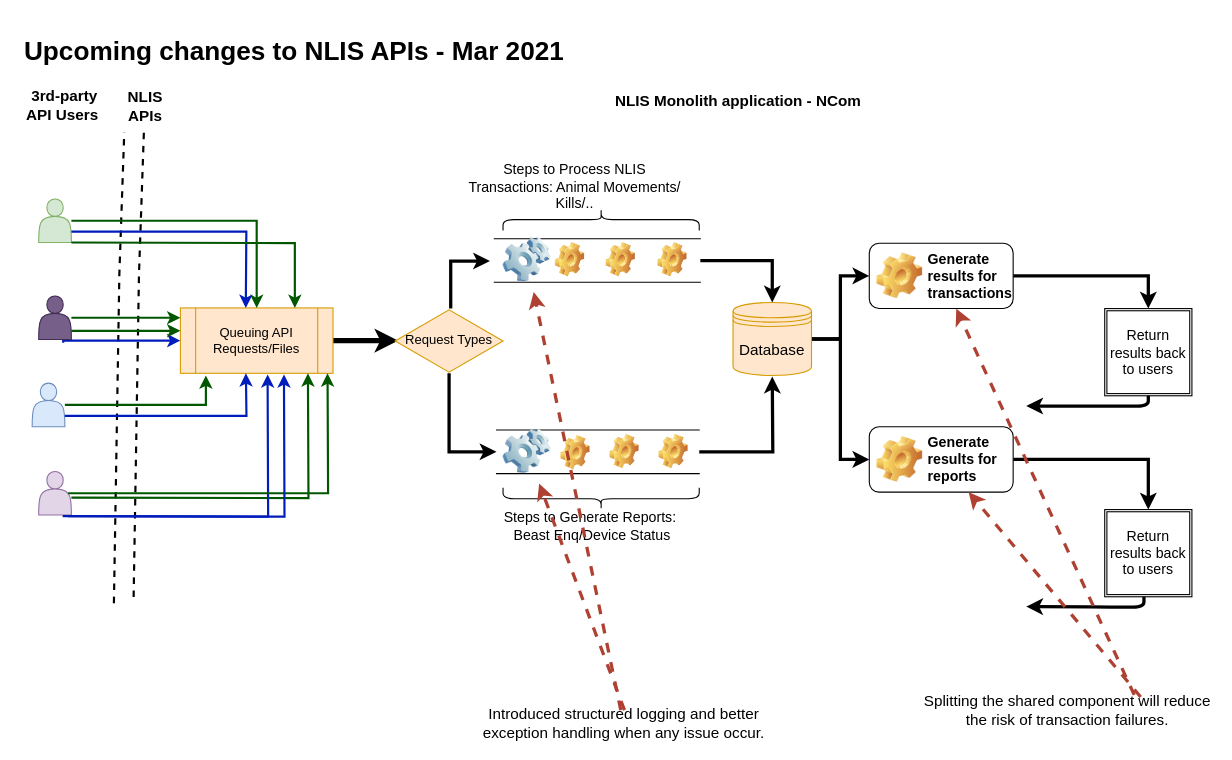
Above: page "ncom-old-version" (1 of 2) of ncom-ver2.drawio in mfahim/presentations (draw.io), before the change. Source tidied: cells renumbered, new cells numbered last; positions are measured from the earlier drawing's top-left corner, leaving out a move shared by most shapes. Both pictures are drawn from the tidied source at 109%, with x=0, y=0 at pixel (19, 29).
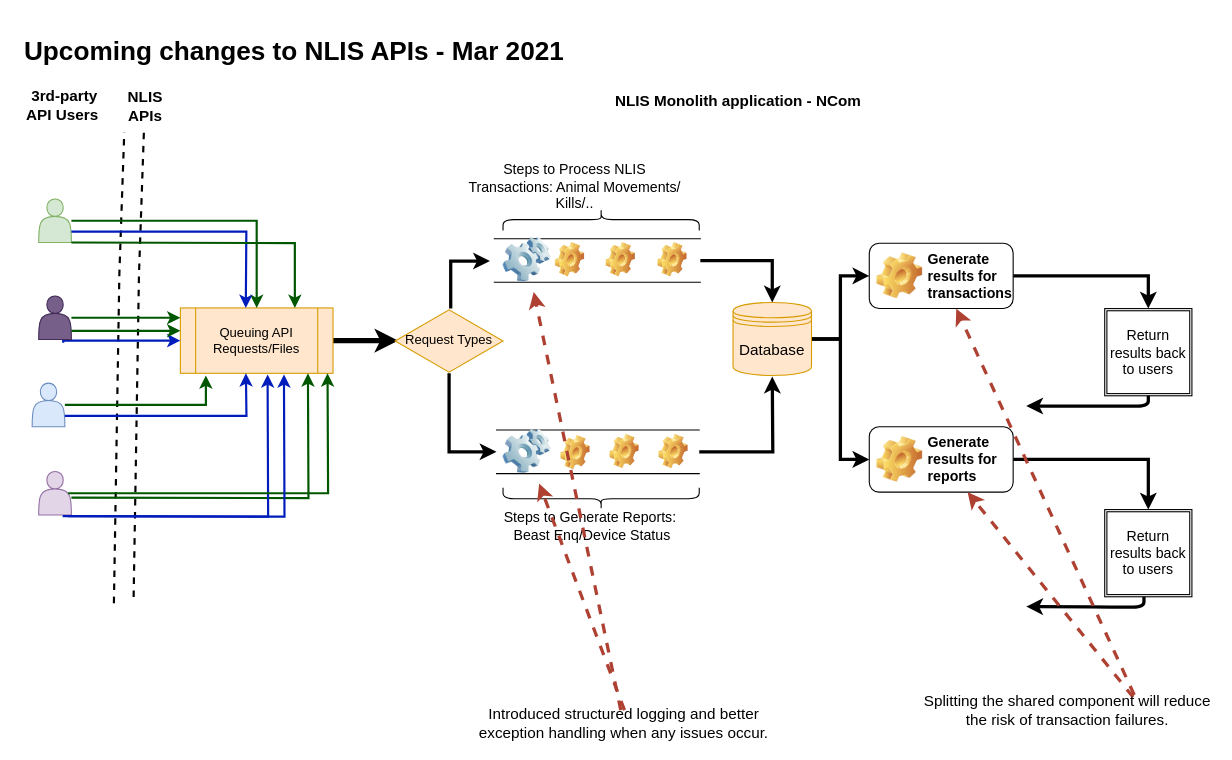
The same diagram, later.

Unchanged cells that the change refers to:
```xml
<mxCell id="49" value="Generate results for reports" style="label;whiteSpace=wrap;html=1;image=img/clipart/Gear_128x128.png;fontSize=13;" parent="1" vertex="1">
  <mxGeometry x="780" y="364" width="132" height="60" as="geometry" />
</mxCell>
<mxCell id="54" value="Splitting the shared component will reduce the risk of transaction failures.&lt;br&gt;" style="text;html=1;strokeColor=none;fillColor=none;align=center;verticalAlign=middle;whiteSpace=wrap;rounded=0;fontSize=14;" parent="1" vertex="1">
  <mxGeometry x="828" y="612" width="268" height="24" as="geometry" />
</mxCell>
```

Diff of the diagram source:
```diff
@@
-    <mxCell id="53" style="endArrow=classic;html=1;shadow=0;strokeColor=#ae4132;strokeWidth=3;fontSize=14;fillColor=#fad9d5;dashed=1;exitX=0.75;exitY=0;exitDx=0;exitDy=0;" parent="1" edge="1" source="54" target="49">
+    <mxCell id="53" style="endArrow=classic;html=1;shadow=0;strokeColor=#ae4132;strokeWidth=3;fontSize=14;fillColor=#fad9d5;dashed=1;exitX=0.724;exitY=0;exitDx=0;exitDy=0;exitPerimeter=0;" parent="1" edge="1" source="54" target="49">
       <mxGeometry relative="1" as="geometry" />
     </mxCell>
@@
-    <mxCell id="59" value="Introduced structured logging and better exception handling when any issue occur." style="text;html=1;strokeColor=none;fillColor=none;align=center;verticalAlign=middle;whiteSpace=wrap;rounded=0;fontSize=14;" parent="1" vertex="1">
+    <mxCell id="59" value="Introduced structured logging and better exception handling when any issues occur." style="text;html=1;strokeColor=none;fillColor=none;align=center;verticalAlign=middle;whiteSpace=wrap;rounded=0;fontSize=14;" parent="1" vertex="1">
       <mxGeometry x="421.4" y="624" width="268" height="24" as="geometry" />
     </mxCell>
```
